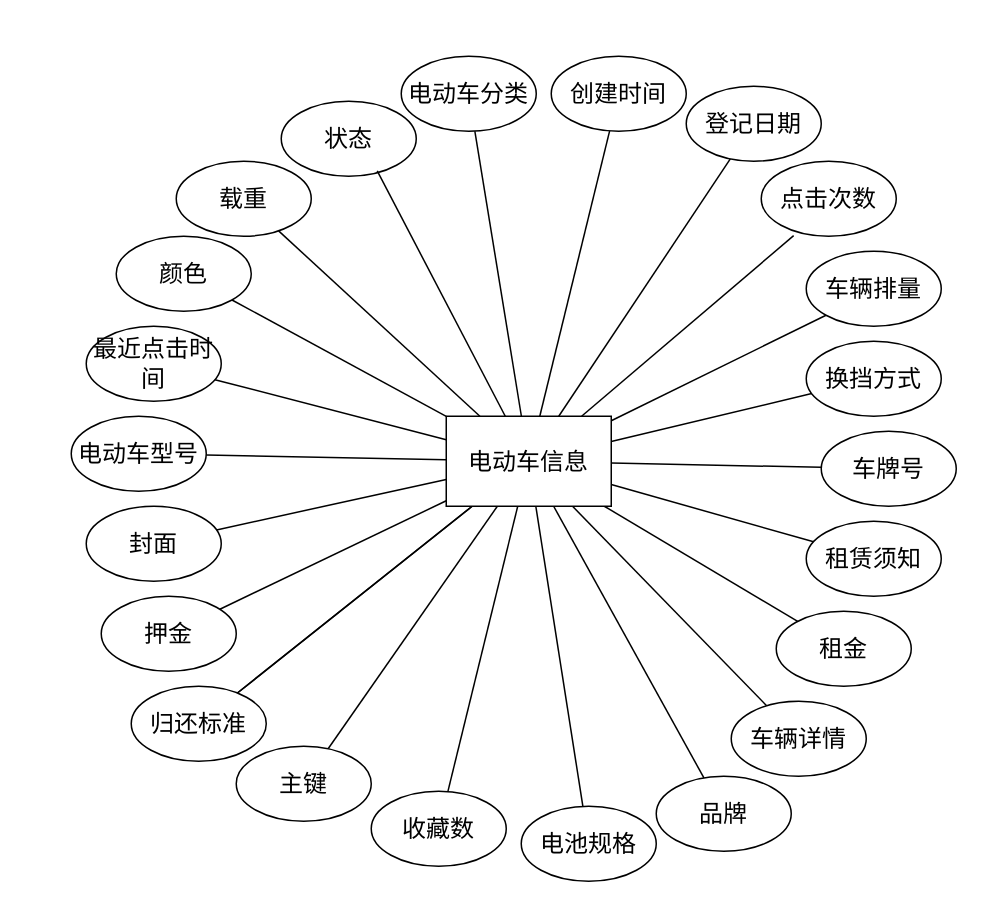
blackjack2022/draw.io keeps this draw.io diagram as 图3-22.drawio. Above is the earlier version. Source tidied: cells renumbered, new cells numbered last; positions are measured from the earlier drawing's top-left corner, leaving out a move shared by most shapes. Both pictures are drawn from the tidied source at 150%, with x=0, y=0 at pixel (70, 56).
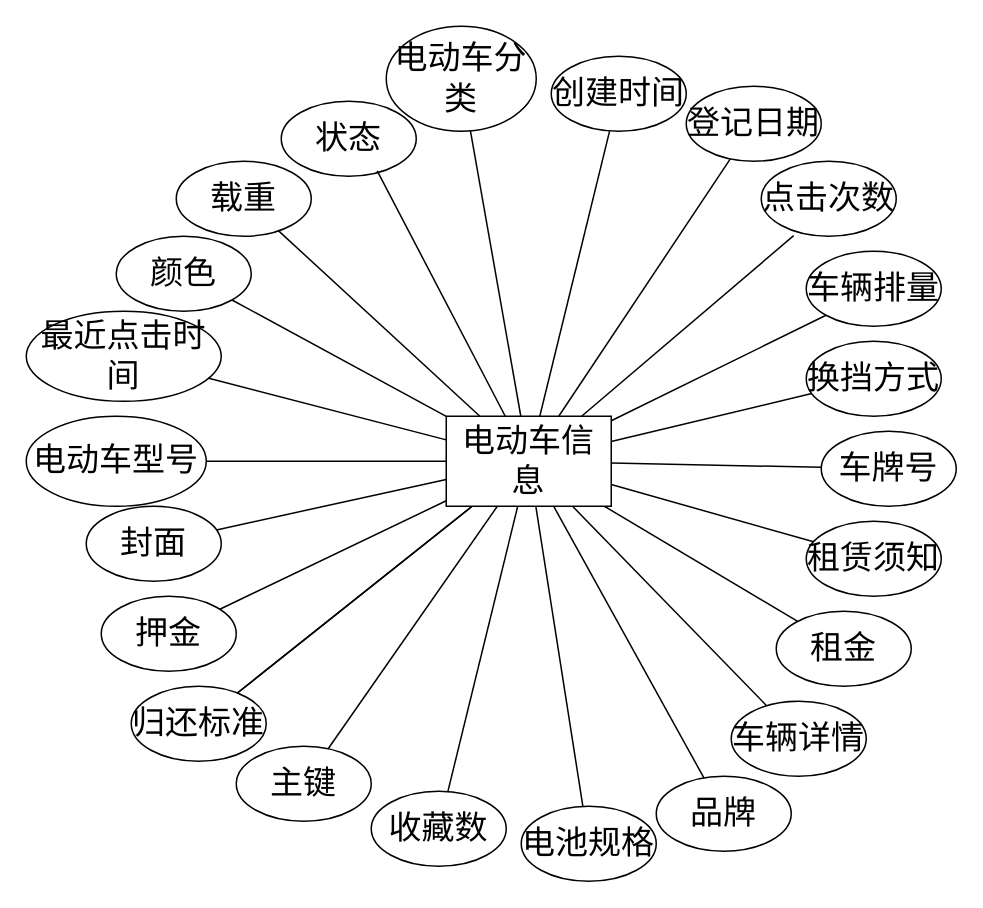
After the change.

Diff of the diagram source:
```diff
@@
-    <mxCell id="2" style="rounded=0;jettySize=auto;html=1;endArrow=none;startFill=0;fontFamily=宋体;fontSize=16;" parent="1" edge="1" source="23" target="28">
+    <mxCell id="2" style="rounded=0;jettySize=auto;html=1;endArrow=none;startFill=0;fontFamily=宋体;fontSize=22;" parent="1" edge="1" source="23" target="28">
       <mxGeometry relative="1" as="geometry" />
     </mxCell>
-    <mxCell id="3" style="rounded=0;jettySize=auto;html=1;endArrow=none;startFill=0;fontFamily=宋体;fontSize=16;" parent="1" edge="1" source="23" target="42">
+    <mxCell id="3" style="rounded=0;jettySize=auto;html=1;endArrow=none;startFill=0;fontFamily=宋体;fontSize=22;" parent="1" edge="1" source="23" target="42">
       <mxGeometry relative="1" as="geometry" />
     </mxCell>
-    <mxCell id="4" style="rounded=0;jettySize=auto;html=1;endArrow=none;startFill=0;fontFamily=宋体;fontSize=16;" parent="1" edge="1" source="23" target="29">
+    <mxCell id="4" style="rounded=0;jettySize=auto;html=1;endArrow=none;startFill=0;fontFamily=宋体;fontSize=22;" parent="1" edge="1" source="23" target="29">
       <mxGeometry relative="1" as="geometry" />
     </mxCell>
-    <mxCell id="5" style="rounded=0;jettySize=auto;html=1;entryX=0;entryY=1;entryDx=0;entryDy=0;endArrow=none;startFill=0;fontFamily=宋体;fontSize=16;" parent="1" edge="1" source="23" target="31">
+    <mxCell id="5" style="rounded=0;jettySize=auto;html=1;entryX=0;entryY=1;entryDx=0;entryDy=0;endArrow=none;startFill=0;fontFamily=宋体;fontSize=22;" parent="1" edge="1" source="23" target="31">
       <mxGeometry relative="1" as="geometry" />
     </mxCell>
-    <mxCell id="6" style="rounded=0;jettySize=auto;html=1;endArrow=none;startFill=0;fontFamily=宋体;fontSize=16;" parent="1" edge="1" source="23" target="44">
+    <mxCell id="6" style="rounded=0;jettySize=auto;html=1;endArrow=none;startFill=0;fontFamily=宋体;fontSize=22;" parent="1" edge="1" source="23" target="44">
       <mxGeometry relative="1" as="geometry" />
     </mxCell>
-    <mxCell id="7" style="rounded=0;jettySize=auto;html=1;endArrow=none;startFill=0;fontFamily=宋体;fontSize=16;" parent="1" edge="1" source="23" target="32">
+    <mxCell id="7" style="rounded=0;jettySize=auto;html=1;endArrow=none;startFill=0;fontFamily=宋体;fontSize=22;" parent="1" edge="1" source="23" target="32">
       <mxGeometry relative="1" as="geometry" />
     </mxCell>
-    <mxCell id="8" style="rounded=0;jettySize=auto;html=1;endArrow=none;startFill=0;fontFamily=宋体;fontSize=16;" parent="1" edge="1" source="23" target="33">
+    <mxCell id="8" style="rounded=0;jettySize=auto;html=1;endArrow=none;startFill=0;fontFamily=宋体;fontSize=22;" parent="1" edge="1" source="23" target="33">
       <mxGeometry relative="1" as="geometry" />
     </mxCell>
-    <mxCell id="9" style="rounded=0;jettySize=auto;html=1;endArrow=none;startFill=0;fontFamily=宋体;fontSize=16;" parent="1" edge="1" source="23" target="34">
+    <mxCell id="9" style="rounded=0;jettySize=auto;html=1;endArrow=none;startFill=0;fontFamily=宋体;fontSize=22;" parent="1" edge="1" source="23" target="34">
       <mxGeometry relative="1" as="geometry" />
     </mxCell>
-    <mxCell id="10" style="rounded=0;jettySize=auto;html=1;endArrow=none;startFill=0;fontFamily=宋体;fontSize=16;" parent="1" edge="1" source="23" target="35">
+    <mxCell id="10" style="rounded=0;jettySize=auto;html=1;endArrow=none;startFill=0;fontFamily=宋体;fontSize=22;" parent="1" edge="1" source="23" target="35">
       <mxGeometry relative="1" as="geometry" />
     </mxCell>
-    <mxCell id="11" style="rounded=0;jettySize=auto;html=1;endArrow=none;startFill=0;fontFamily=宋体;fontSize=16;" parent="1" edge="1" source="23" target="36">
+    <mxCell id="11" style="rounded=0;jettySize=auto;html=1;endArrow=none;startFill=0;fontFamily=宋体;fontSize=22;" parent="1" edge="1" source="23" target="36">
       <mxGeometry relative="1" as="geometry" />
     </mxCell>
-    <mxCell id="12" style="rounded=0;jettySize=auto;html=1;endArrow=none;startFill=0;fontFamily=宋体;fontSize=16;" parent="1" edge="1" source="23" target="37">
+    <mxCell id="12" style="rounded=0;jettySize=auto;html=1;endArrow=none;startFill=0;fontFamily=宋体;fontSize=22;" parent="1" edge="1" source="23" target="37">
       <mxGeometry relative="1" as="geometry" />
     </mxCell>
-    <mxCell id="13" style="rounded=0;jettySize=auto;html=1;endArrow=none;startFill=0;fontFamily=宋体;fontSize=16;" parent="1" edge="1" source="23" target="38">
+    <mxCell id="13" style="rounded=0;jettySize=auto;html=1;endArrow=none;startFill=0;fontFamily=宋体;fontSize=22;" parent="1" edge="1" source="23" target="38">
       <mxGeometry relative="1" as="geometry" />
     </mxCell>
-    <mxCell id="14" style="rounded=0;jettySize=auto;html=1;endArrow=none;startFill=0;fontFamily=宋体;fontSize=16;" parent="1" edge="1" source="23" target="39">
+    <mxCell id="14" style="rounded=0;jettySize=auto;html=1;endArrow=none;startFill=0;fontFamily=宋体;fontSize=22;" parent="1" edge="1" source="23" target="39">
       <mxGeometry relative="1" as="geometry" />
     </mxCell>
-    <mxCell id="15" style="rounded=0;jettySize=auto;html=1;endArrow=none;startFill=0;fontFamily=宋体;fontSize=16;" parent="1" edge="1" source="23" target="40">
+    <mxCell id="15" style="rounded=0;jettySize=auto;html=1;endArrow=none;startFill=0;fontFamily=宋体;fontSize=22;" parent="1" edge="1" source="23" target="40">
       <mxGeometry relative="1" as="geometry" />
     </mxCell>
-    <mxCell id="16" style="rounded=0;jettySize=auto;html=1;endArrow=none;startFill=0;fontFamily=宋体;fontSize=16;" parent="1" edge="1" source="23" target="26">
+    <mxCell id="16" style="rounded=0;jettySize=auto;html=1;endArrow=none;startFill=0;fontFamily=宋体;fontSize=22;" parent="1" edge="1" source="23" target="26">
       <mxGeometry relative="1" as="geometry" />
     </mxCell>
-    <mxCell id="17" style="rounded=0;jettySize=auto;html=1;endArrow=none;startFill=0;fontFamily=宋体;fontSize=16;" parent="1" edge="1" source="23" target="41">
+    <mxCell id="17" style="rounded=0;jettySize=auto;html=1;endArrow=none;startFill=0;fontFamily=宋体;fontSize=22;" parent="1" edge="1" source="23" target="41">
       <mxGeometry relative="1" as="geometry" />
     </mxCell>
-    <mxCell id="18" style="rounded=0;jettySize=auto;html=1;endArrow=none;startFill=0;fontFamily=宋体;fontSize=16;" parent="1" edge="1" source="23" target="25">
+    <mxCell id="18" style="rounded=0;jettySize=auto;html=1;endArrow=none;startFill=0;fontFamily=宋体;fontSize=22;" parent="1" edge="1" source="23" target="25">
       <mxGeometry relative="1" as="geometry" />
     </mxCell>
-    <mxCell id="19" style="rounded=0;jettySize=auto;html=1;endArrow=none;startFill=0;fontFamily=宋体;fontSize=16;" parent="1" edge="1" source="23" target="24">
+    <mxCell id="19" style="rounded=0;jettySize=auto;html=1;endArrow=none;startFill=0;fontFamily=宋体;fontSize=22;" parent="1" edge="1" source="23" target="24">
       <mxGeometry relative="1" as="geometry" />
     </mxCell>
-    <mxCell id="20" style="rounded=0;jettySize=auto;html=1;endArrow=none;startFill=0;fontFamily=宋体;fontSize=16;" parent="1" edge="1" source="23" target="43">
+    <mxCell id="20" style="rounded=0;jettySize=auto;html=1;endArrow=none;startFill=0;fontFamily=宋体;fontSize=22;" parent="1" edge="1" source="23" target="43">
       <mxGeometry relative="1" as="geometry" />
     </mxCell>
-    <mxCell id="21" style="rounded=0;jettySize=auto;html=1;endArrow=none;startFill=0;fontFamily=宋体;fontSize=16;" parent="1" edge="1" source="23" target="40">
+    <mxCell id="21" style="rounded=0;jettySize=auto;html=1;endArrow=none;startFill=0;fontFamily=宋体;fontSize=22;" parent="1" edge="1" source="23" target="40">
       <mxGeometry relative="1" as="geometry" />
     </mxCell>
-    <mxCell id="22" style="rounded=0;jettySize=auto;html=1;endArrow=none;startFill=0;fontFamily=宋体;fontSize=16;" parent="1" edge="1" source="23" target="45">
+    <mxCell id="22" style="rounded=0;jettySize=auto;html=1;endArrow=none;startFill=0;fontFamily=宋体;fontSize=22;" parent="1" edge="1" source="23" target="45">
       <mxGeometry relative="1" as="geometry" />
     </mxCell>
-    <mxCell id="23" value="电动车信息" style="rounded=0;whiteSpace=wrap;html=1;fontFamily=宋体;fontSize=16;" parent="1" vertex="1">
+    <mxCell id="23" value="电动车信息" style="rounded=0;whiteSpace=wrap;html=1;fontFamily=宋体;fontSize=22;" parent="1" vertex="1">
       <mxGeometry x="250" y="240" width="110" height="60" as="geometry" />
     </mxCell>
-    <mxCell id="24" value="封面" style="ellipse;whiteSpace=wrap;html=1;fontFamily=宋体;fontSize=16;" parent="1" vertex="1">
+    <mxCell id="24" value="封面" style="ellipse;whiteSpace=wrap;html=1;fontFamily=宋体;fontSize=22;" parent="1" vertex="1">
       <mxGeometry x="10" y="300" width="90" height="50" as="geometry" />
     </mxCell>
-    <mxCell id="25" value="最近点击时间" style="ellipse;whiteSpace=wrap;html=1;fontFamily=宋体;fontSize=16;" parent="1" vertex="1">
-      <mxGeometry x="10" y="180" width="90" height="50" as="geometry" />
+    <mxCell id="25" value="最近点击时间" style="ellipse;whiteSpace=wrap;html=1;fontFamily=宋体;fontSize=22;" parent="1" vertex="1">
+      <mxGeometry x="-30" y="170" width="130" height="60" as="geometry" />
     </mxCell>
-    <mxCell id="26" value="&lt;p class=&quot;MsoNormal&quot;&gt;&lt;span&gt;载重&lt;/span&gt;&lt;/p&gt;" style="ellipse;whiteSpace=wrap;html=1;fontFamily=宋体;fontSize=16;" parent="1" vertex="1">
+    <mxCell id="26" value="&lt;p class=&quot;MsoNormal&quot;&gt;&lt;span&gt;载重&lt;/span&gt;&lt;/p&gt;" style="ellipse;whiteSpace=wrap;html=1;fontFamily=宋体;fontSize=22;" parent="1" vertex="1">
       <mxGeometry x="70" y="70" width="90" height="50" as="geometry" />
     </mxCell>
-    <mxCell id="27" value="&lt;p class=&quot;MsoNormal&quot;&gt;&lt;span&gt;状态&lt;/span&gt;&lt;/p&gt;" style="ellipse;whiteSpace=wrap;html=1;fontFamily=宋体;fontSize=16;" parent="1" vertex="1">
+    <mxCell id="27" value="&lt;p class=&quot;MsoNormal&quot;&gt;&lt;span&gt;状态&lt;/span&gt;&lt;/p&gt;" style="ellipse;whiteSpace=wrap;html=1;fontFamily=宋体;fontSize=22;" parent="1" vertex="1">
       <mxGeometry x="140" y="30" width="90" height="50" as="geometry" />
     </mxCell>
-    <mxCell id="28" value="电动车分类" style="ellipse;whiteSpace=wrap;html=1;fontFamily=宋体;fontSize=16;" parent="1" vertex="1">
-      <mxGeometry x="220" width="90" height="50" as="geometry" />
+    <mxCell id="28" value="电动车分类" style="ellipse;whiteSpace=wrap;html=1;fontFamily=宋体;fontSize=22;" parent="1" vertex="1">
+      <mxGeometry x="210" y="-20" width="100" height="70" as="geometry" />
     </mxCell>
-    <mxCell id="29" value="登记日期" style="ellipse;whiteSpace=wrap;html=1;fontFamily=宋体;fontSize=16;" parent="1" vertex="1">
+    <mxCell id="29" value="登记日期" style="ellipse;whiteSpace=wrap;html=1;fontFamily=宋体;fontSize=22;" parent="1" vertex="1">
       <mxGeometry x="410" y="20" width="90" height="50" as="geometry" />
     </mxCell>
-    <mxCell id="30" value="点击次数" style="ellipse;whiteSpace=wrap;html=1;fontFamily=宋体;fontSize=16;" parent="1" vertex="1">
+    <mxCell id="30" value="点击次数" style="ellipse;whiteSpace=wrap;html=1;fontFamily=宋体;fontSize=22;" parent="1" vertex="1">
       <mxGeometry x="460" y="70" width="90" height="50" as="geometry" />
     </mxCell>
-    <mxCell id="31" value="车辆排量" style="ellipse;whiteSpace=wrap;html=1;fontFamily=宋体;fontSize=16;" parent="1" vertex="1">
+    <mxCell id="31" value="车辆排量" style="ellipse;whiteSpace=wrap;html=1;fontFamily=宋体;fontSize=22;" parent="1" vertex="1">
       <mxGeometry x="490" y="130" width="90" height="50" as="geometry" />
     </mxCell>
-    <mxCell id="32" value="车牌号" style="ellipse;whiteSpace=wrap;html=1;fontFamily=宋体;fontSize=16;" parent="1" vertex="1">
+    <mxCell id="32" value="车牌号" style="ellipse;whiteSpace=wrap;html=1;fontFamily=宋体;fontSize=22;" parent="1" vertex="1">
       <mxGeometry x="500" y="250" width="90" height="50" as="geometry" />
     </mxCell>
-    <mxCell id="33" value="租赁须知" style="ellipse;whiteSpace=wrap;html=1;fontFamily=宋体;fontSize=16;" parent="1" vertex="1">
+    <mxCell id="33" value="租赁须知" style="ellipse;whiteSpace=wrap;html=1;fontFamily=宋体;fontSize=22;" parent="1" vertex="1">
       <mxGeometry x="490" y="310" width="90" height="50" as="geometry" />
     </mxCell>
-    <mxCell id="34" value="租金" style="ellipse;whiteSpace=wrap;html=1;fontFamily=宋体;fontSize=16;" parent="1" vertex="1">
+    <mxCell id="34" value="租金" style="ellipse;whiteSpace=wrap;html=1;fontFamily=宋体;fontSize=22;" parent="1" vertex="1">
       <mxGeometry x="470" y="370" width="90" height="50" as="geometry" />
     </mxCell>
-    <mxCell id="35" value="车辆详情" style="ellipse;whiteSpace=wrap;html=1;fontFamily=宋体;fontSize=16;" parent="1" vertex="1">
+    <mxCell id="35" value="车辆详情" style="ellipse;whiteSpace=wrap;html=1;fontFamily=宋体;fontSize=22;" parent="1" vertex="1">
       <mxGeometry x="440" y="430" width="90" height="50" as="geometry" />
     </mxCell>
-    <mxCell id="36" value="品牌" style="ellipse;whiteSpace=wrap;html=1;fontFamily=宋体;fontSize=16;" parent="1" vertex="1">
+    <mxCell id="36" value="品牌" style="ellipse;whiteSpace=wrap;html=1;fontFamily=宋体;fontSize=22;" parent="1" vertex="1">
       <mxGeometry x="390" y="480" width="90" height="50" as="geometry" />
     </mxCell>
-    <mxCell id="37" value="电池规格" style="ellipse;whiteSpace=wrap;html=1;fontFamily=宋体;fontSize=16;" parent="1" vertex="1">
+    <mxCell id="37" value="电池规格" style="ellipse;whiteSpace=wrap;html=1;fontFamily=宋体;fontSize=22;" parent="1" vertex="1">
       <mxGeometry x="300" y="500" width="90" height="50" as="geometry" />
     </mxCell>
-    <mxCell id="38" value="收藏数" style="ellipse;whiteSpace=wrap;html=1;fontFamily=宋体;fontSize=16;" parent="1" vertex="1">
+    <mxCell id="38" value="收藏数" style="ellipse;whiteSpace=wrap;html=1;fontFamily=宋体;fontSize=22;" parent="1" vertex="1">
       <mxGeometry x="200" y="490" width="90" height="50" as="geometry" />
     </mxCell>
-    <mxCell id="39" value="主键" style="ellipse;whiteSpace=wrap;html=1;fontFamily=宋体;fontSize=16;" parent="1" vertex="1">
+    <mxCell id="39" value="主键" style="ellipse;whiteSpace=wrap;html=1;fontFamily=宋体;fontSize=22;" parent="1" vertex="1">
       <mxGeometry x="110" y="460" width="90" height="50" as="geometry" />
     </mxCell>
-    <mxCell id="40" value="归还标准" style="ellipse;whiteSpace=wrap;html=1;fontFamily=宋体;fontSize=16;" parent="1" vertex="1">
+    <mxCell id="40" value="归还标准" style="ellipse;whiteSpace=wrap;html=1;fontFamily=宋体;fontSize=22;" parent="1" vertex="1">
       <mxGeometry x="40" y="420" width="90" height="50" as="geometry" />
     </mxCell>
-    <mxCell id="41" value="&lt;p class=&quot;MsoNormal&quot;&gt;&lt;span&gt;颜色&lt;/span&gt;&lt;/p&gt;" style="ellipse;whiteSpace=wrap;html=1;fontFamily=宋体;fontSize=16;" parent="1" vertex="1">
+    <mxCell id="41" value="&lt;p class=&quot;MsoNormal&quot;&gt;&lt;span&gt;颜色&lt;/span&gt;&lt;/p&gt;" style="ellipse;whiteSpace=wrap;html=1;fontFamily=宋体;fontSize=22;" parent="1" vertex="1">
       <mxGeometry x="30" y="120" width="90" height="50" as="geometry" />
     </mxCell>
-    <mxCell id="42" value="创建时间" style="ellipse;whiteSpace=wrap;html=1;fontFamily=宋体;fontSize=16;" parent="1" vertex="1">
+    <mxCell id="42" value="创建时间" style="ellipse;whiteSpace=wrap;html=1;fontFamily=宋体;fontSize=22;" parent="1" vertex="1">
       <mxGeometry x="320" width="90" height="50" as="geometry" />
     </mxCell>
-    <mxCell id="43" value="押金" style="ellipse;whiteSpace=wrap;html=1;fontFamily=宋体;fontSize=16;" parent="1" vertex="1">
+    <mxCell id="43" value="押金" style="ellipse;whiteSpace=wrap;html=1;fontFamily=宋体;fontSize=22;" parent="1" vertex="1">
       <mxGeometry x="20" y="360" width="90" height="50" as="geometry" />
     </mxCell>
-    <mxCell id="44" value="换挡方式" style="ellipse;whiteSpace=wrap;html=1;fontFamily=宋体;fontSize=16;" parent="1" vertex="1">
+    <mxCell id="44" value="换挡方式" style="ellipse;whiteSpace=wrap;html=1;fontFamily=宋体;fontSize=22;" parent="1" vertex="1">
       <mxGeometry x="490" y="190" width="90" height="50" as="geometry" />
     </mxCell>
-    <mxCell id="45" value="电动车型号" style="ellipse;whiteSpace=wrap;html=1;fontFamily=宋体;fontSize=16;" parent="1" vertex="1">
-      <mxGeometry y="240" width="90" height="50" as="geometry" />
+    <mxCell id="45" value="电动车型号" style="ellipse;whiteSpace=wrap;html=1;fontFamily=宋体;fontSize=22;" parent="1" vertex="1">
+      <mxGeometry x="-30" y="240" width="120" height="60" as="geometry" />
     </mxCell>
-    <mxCell id="46" style="rounded=0;jettySize=auto;html=1;entryX=0.24;entryY=0.992;entryDx=0;entryDy=0;entryPerimeter=0;endArrow=none;startFill=0;fontFamily=宋体;fontSize=16;" parent="1" edge="1" source="23" target="30">
+    <mxCell id="46" style="rounded=0;jettySize=auto;html=1;entryX=0.24;entryY=0.992;entryDx=0;entryDy=0;entryPerimeter=0;endArrow=none;startFill=0;fontFamily=宋体;fontSize=22;" parent="1" edge="1" source="23" target="30">
       <mxGeometry relative="1" as="geometry" />
     </mxCell>
-    <mxCell id="47" style="rounded=0;jettySize=auto;html=1;entryX=0.711;entryY=0.928;entryDx=0;entryDy=0;entryPerimeter=0;endArrow=none;startFill=0;fontFamily=宋体;fontSize=16;" parent="1" edge="1" source="23" target="27">
+    <mxCell id="47" style="rounded=0;jettySize=auto;html=1;entryX=0.711;entryY=0.928;entryDx=0;entryDy=0;entryPerimeter=0;endArrow=none;startFill=0;fontFamily=宋体;fontSize=22;" parent="1" edge="1" source="23" target="27">
       <mxGeometry relative="1" as="geometry" />
     </mxCell>
```
